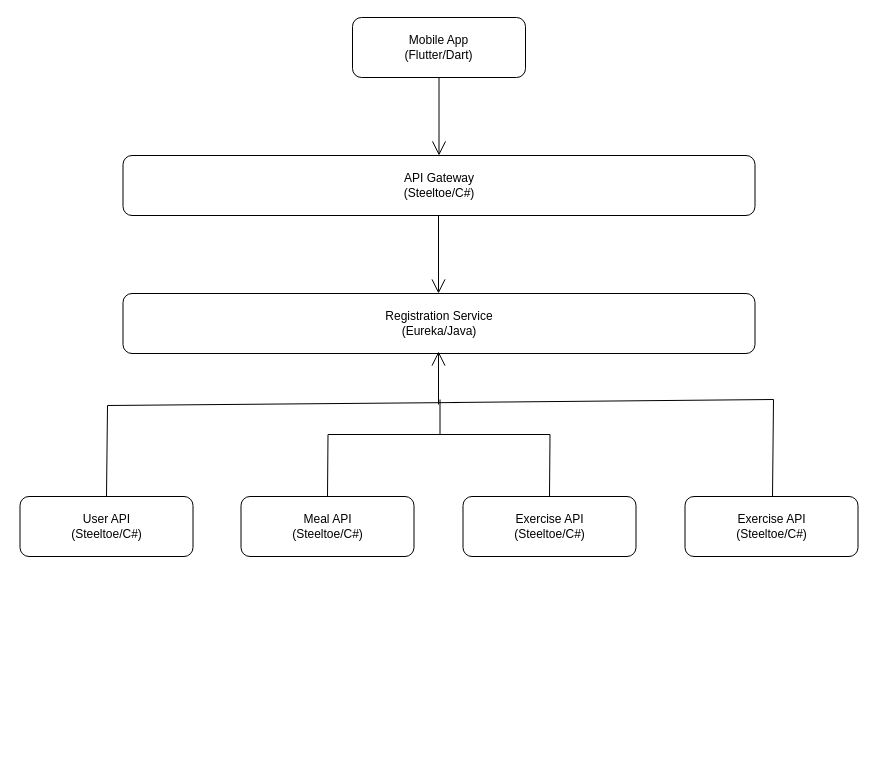
Above: Diagrama sin título.drawio in Scipion2002/HomieGainz (draw.io), before the change. Source tidied: cells renumbered, new cells numbered last; positions are measured from the earlier drawing's top-left corner, leaving out a move shared by most shapes. Both pictures are drawn from the tidied source at 100%, with x=0, y=0 at pixel (20, 17).
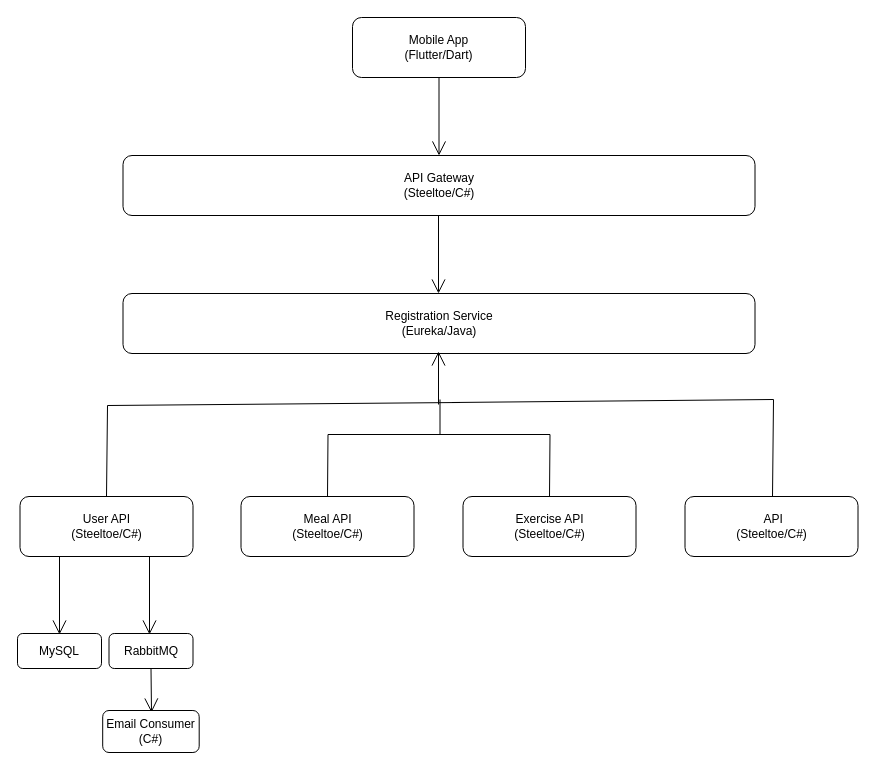
The same page after the edit.

Change to the diagram source:
```diff
@@
-    <mxCell id="9" value="Exercise API&lt;br&gt;(Steeltoe/C#)" style="rounded=1;whiteSpace=wrap;html=1;" parent="1" vertex="1">
+    <mxCell id="9" value="&amp;nbsp;API&lt;br&gt;(Steeltoe/C#)" style="rounded=1;whiteSpace=wrap;html=1;" parent="1" vertex="1">
       <mxGeometry x="664.5" y="479" width="173" height="60" as="geometry" />
     </mxCell>
@@
+    <mxCell id="17" style="endArrow=open;endFill=1;endSize=12;html=1;rounded=0;exitX=0.5;exitY=1;exitDx=0;exitDy=0;entryX=0.5;entryY=0;entryDx=0;entryDy=0;" parent="1" edge="1">
+      <mxGeometry relative="1" as="geometry">
+        <mxPoint x="129" y="539" as="sourcePoint" />
+        <mxPoint x="129" y="617" as="targetPoint" />
+      </mxGeometry>
+    </mxCell>
+    <mxCell id="18" style="endArrow=open;endFill=1;endSize=12;html=1;rounded=0;exitX=0.5;exitY=1;exitDx=0;exitDy=0;entryX=0.5;entryY=0;entryDx=0;entryDy=0;" parent="1" edge="1">
+      <mxGeometry relative="1" as="geometry">
+        <mxPoint x="39" y="539" as="sourcePoint" />
+        <mxPoint x="39" y="617" as="targetPoint" />
+      </mxGeometry>
+    </mxCell>
+    <mxCell id="19" value="MySQL" style="rounded=1;whiteSpace=wrap;html=1;" parent="1" vertex="1">
+      <mxGeometry x="-3" y="616" width="84" height="35" as="geometry" />
+    </mxCell>
+    <mxCell id="20" value="RabbitMQ" style="rounded=1;whiteSpace=wrap;html=1;" parent="1" vertex="1">
+      <mxGeometry x="88.5" y="616" width="84" height="35" as="geometry" />
+    </mxCell>
+    <mxCell id="21" style="endArrow=open;endFill=1;endSize=12;html=1;rounded=0;exitX=0.5;exitY=1;exitDx=0;exitDy=0;" parent="1" edge="1" source="20">
+      <mxGeometry relative="1" as="geometry">
+        <mxPoint x="131" y="695" as="targetPoint" />
+      </mxGeometry>
+    </mxCell>
+    <mxCell id="22" value="Email Consumer&lt;br&gt;(C#)" style="rounded=1;whiteSpace=wrap;html=1;" parent="1" vertex="1">
+      <mxGeometry x="82.2" y="693" width="96.5" height="42" as="geometry" />
+    </mxCell>
```
